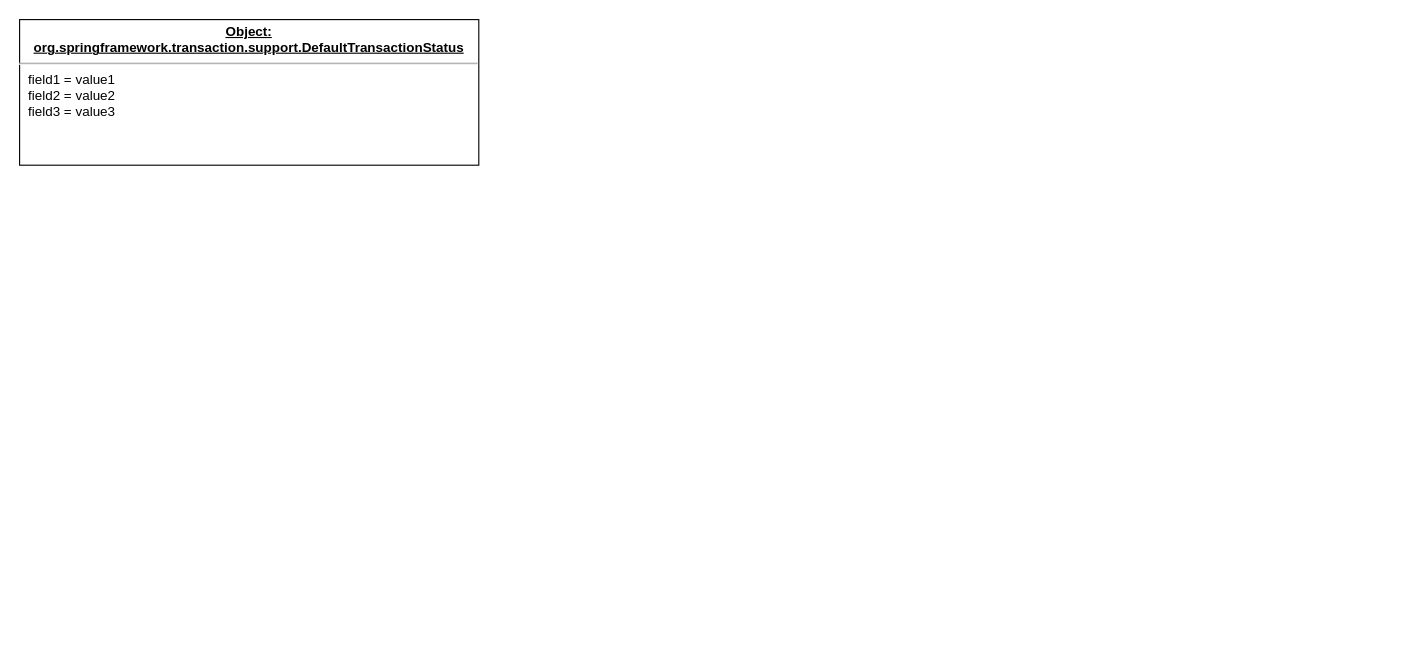
Before: Untitled Diagram.drawio in superzycgod/diagrams, a draw.io diagram. Source tidied: cells renumbered, new cells numbered last; positions are measured from the earlier drawing's top-left corner, leaving out a move shared by most shapes. Both pictures are drawn from the tidied source at 112%, with x=0, y=0 at pixel (19, 19).
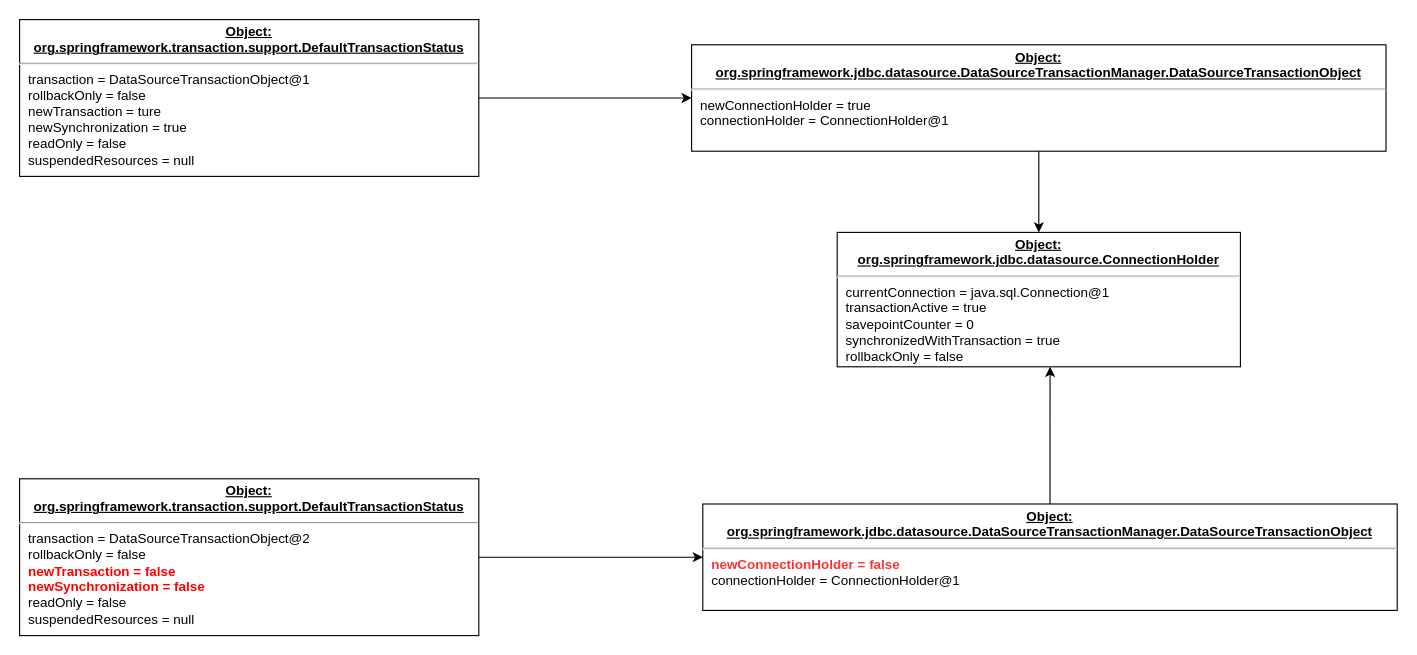
The same page after the edit.

Change to the diagram source:
```diff
@@
 <mxGraphModel>
   <root>
     <mxCell id="0" />
     <mxCell id="1" parent="0" />
+    <mxCell id="3" style="edgeStyle=orthogonalEdgeStyle;rounded=0;jettySize=auto;html=1;entryX=0;entryY=0.5;entryDx=0;entryDy=0;" parent="1" edge="1" source="2" target="5">
+      <mxGeometry relative="1" as="geometry" />
+    </mxCell>
-    <mxCell id="2" value="&lt;p style=&quot;margin: 0px ; margin-top: 4px ; text-align: center ; text-decoration: underline&quot;&gt;&lt;b&gt;Object:&lt;/b&gt;&lt;/p&gt;&lt;div style=&quot;text-align: center&quot;&gt;&lt;span&gt;&lt;b&gt;&lt;u&gt;org.springframework.transaction.support.DefaultTransactionStatus&lt;/u&gt;&lt;/b&gt;&lt;/span&gt;&lt;/div&gt;&lt;hr&gt;&lt;p style=&quot;margin: 0px ; margin-left: 8px&quot;&gt;field1 = value1&lt;br&gt;field2 = value2&lt;br&gt;field3 = value3&lt;/p&gt;" style="verticalAlign=top;align=left;overflow=fill;fontSize=12;fontFamily=Helvetica;html=1;" parent="1" vertex="1">
-      <mxGeometry width="410" height="130" as="geometry" />
+    <mxCell id="2" value="&lt;p style=&quot;margin: 0px ; margin-top: 4px ; text-align: center ; text-decoration: underline&quot;&gt;&lt;b&gt;Object:&lt;/b&gt;&lt;/p&gt;&lt;div style=&quot;text-align: center&quot;&gt;&lt;span&gt;&lt;b&gt;&lt;u&gt;org.springframework.transaction.support.DefaultTransactionStatus&lt;/u&gt;&lt;/b&gt;&lt;/span&gt;&lt;/div&gt;&lt;hr&gt;&lt;p style=&quot;margin: 0px ; margin-left: 8px&quot;&gt;transaction&amp;nbsp;= DataSourceTransactionObject@1&lt;br&gt;rollbackOnly = false&lt;br&gt;newTransaction = ture&lt;/p&gt;&lt;p style=&quot;margin: 0px ; margin-left: 8px&quot;&gt;newSynchronization = true&lt;br&gt;&lt;/p&gt;&lt;p style=&quot;margin: 0px ; margin-left: 8px&quot;&gt;readOnly =&amp;nbsp;false&lt;br&gt;&lt;/p&gt;&lt;p style=&quot;margin: 0px ; margin-left: 8px&quot;&gt;suspendedResources = null&lt;br&gt;&lt;/p&gt;" style="verticalAlign=top;align=left;overflow=fill;fontSize=12;fontFamily=Helvetica;html=1;" parent="1" vertex="1">
+      <mxGeometry width="410" height="140" as="geometry" />
     </mxCell>
+    <mxCell id="4" style="edgeStyle=orthogonalEdgeStyle;rounded=0;jettySize=auto;html=1;" parent="1" edge="1" source="5" target="6">
+      <mxGeometry relative="1" as="geometry" />
+    </mxCell>
+    <mxCell id="5" value="&lt;p style=&quot;margin: 0px ; margin-top: 4px ; text-align: center ; text-decoration: underline&quot;&gt;&lt;b&gt;Object:&lt;/b&gt;&lt;/p&gt;&lt;div style=&quot;text-align: center&quot;&gt;&lt;span&gt;&lt;b&gt;&lt;u&gt;org.springframework.jdbc.datasource.DataSourceTransactionManager.DataSourceTransactionObject&lt;/u&gt;&lt;/b&gt;&lt;/span&gt;&lt;/div&gt;&lt;hr&gt;&lt;p style=&quot;margin: 0px ; margin-left: 8px&quot;&gt;newConnectionHolder&amp;nbsp;= true&lt;br&gt;connectionHolder&amp;nbsp;=&amp;nbsp;ConnectionHolder@1&lt;/p&gt;" style="verticalAlign=top;align=left;overflow=fill;fontSize=12;fontFamily=Helvetica;html=1;" parent="1" vertex="1">
+      <mxGeometry x="600" y="22.5" width="620" height="95" as="geometry" />
+    </mxCell>
+    <mxCell id="6" value="&lt;p style=&quot;margin: 0px ; margin-top: 4px ; text-align: center ; text-decoration: underline&quot;&gt;&lt;b&gt;Object:&lt;/b&gt;&lt;/p&gt;&lt;div style=&quot;text-align: center&quot;&gt;&lt;span&gt;&lt;b&gt;&lt;u&gt;org.springframework.jdbc.datasource.ConnectionHolder&lt;/u&gt;&lt;/b&gt;&lt;/span&gt;&lt;/div&gt;&lt;hr&gt;&lt;p style=&quot;margin: 0px ; margin-left: 8px&quot;&gt;currentConnection = java.sql.Connection@1&lt;br&gt;transactionActive = true&lt;br&gt;savepointCounter = 0&lt;/p&gt;&lt;p style=&quot;margin: 0px ; margin-left: 8px&quot;&gt;synchronizedWithTransaction = true&lt;br&gt;&lt;/p&gt;&lt;p style=&quot;margin: 0px ; margin-left: 8px&quot;&gt;rollbackOnly = false&lt;br&gt;&lt;/p&gt;" style="verticalAlign=top;align=left;overflow=fill;fontSize=12;fontFamily=Helvetica;html=1;" parent="1" vertex="1">
+      <mxGeometry x="730" y="190" width="360" height="120" as="geometry" />
+    </mxCell>
+    <mxCell id="7" style="edgeStyle=orthogonalEdgeStyle;rounded=0;jettySize=auto;html=1;exitX=1;exitY=0.5;exitDx=0;exitDy=0;entryX=0;entryY=0.5;entryDx=0;entryDy=0;" parent="1" edge="1" source="8" target="10">
+      <mxGeometry relative="1" as="geometry" />
+    </mxCell>
+    <mxCell id="8" value="&lt;p style=&quot;margin: 0px ; margin-top: 4px ; text-align: center ; text-decoration: underline&quot;&gt;&lt;b&gt;Object:&lt;/b&gt;&lt;/p&gt;&lt;div style=&quot;text-align: center&quot;&gt;&lt;span&gt;&lt;b&gt;&lt;u&gt;org.springframework.transaction.support.DefaultTransactionStatus&lt;/u&gt;&lt;/b&gt;&lt;/span&gt;&lt;/div&gt;&lt;hr&gt;&lt;p style=&quot;margin: 0px ; margin-left: 8px&quot;&gt;transaction&amp;nbsp;= DataSourceTransactionObject@2&lt;br&gt;rollbackOnly = false&lt;br&gt;&lt;b&gt;&lt;font color=&quot;#ff0000&quot;&gt;newTransaction = false&lt;/font&gt;&lt;/b&gt;&lt;/p&gt;&lt;p style=&quot;margin: 0px ; margin-left: 8px&quot;&gt;&lt;b&gt;&lt;font color=&quot;#ff0000&quot;&gt;newSynchronization = false&lt;/font&gt;&lt;/b&gt;&lt;br&gt;&lt;/p&gt;&lt;p style=&quot;margin: 0px ; margin-left: 8px&quot;&gt;readOnly =&amp;nbsp;false&lt;br&gt;&lt;/p&gt;&lt;p style=&quot;margin: 0px ; margin-left: 8px&quot;&gt;suspendedResources = null&lt;br&gt;&lt;/p&gt;" style="verticalAlign=top;align=left;overflow=fill;fontSize=12;fontFamily=Helvetica;html=1;" parent="1" vertex="1">
+      <mxGeometry y="410" width="410" height="140" as="geometry" />
+    </mxCell>
+    <mxCell id="9" style="edgeStyle=orthogonalEdgeStyle;rounded=0;jettySize=auto;html=1;exitX=0.5;exitY=0;exitDx=0;exitDy=0;entryX=0.528;entryY=1;entryDx=0;entryDy=0;entryPerimeter=0;" parent="1" edge="1" source="10" target="6">
+      <mxGeometry relative="1" as="geometry" />
+    </mxCell>
+    <mxCell id="10" value="&lt;p style=&quot;margin: 0px ; margin-top: 4px ; text-align: center ; text-decoration: underline&quot;&gt;&lt;b&gt;Object:&lt;/b&gt;&lt;/p&gt;&lt;div style=&quot;text-align: center&quot;&gt;&lt;span&gt;&lt;b&gt;&lt;u&gt;org.springframework.jdbc.datasource.DataSourceTransactionManager.DataSourceTransactionObject&lt;/u&gt;&lt;/b&gt;&lt;/span&gt;&lt;/div&gt;&lt;hr&gt;&lt;p style=&quot;margin: 0px ; margin-left: 8px&quot;&gt;&lt;font color=&quot;#ff3333&quot;&gt;&lt;b&gt;newConnectionHolder&amp;nbsp;= false&lt;/b&gt;&lt;/font&gt;&lt;br&gt;connectionHolder&amp;nbsp;=&amp;nbsp;ConnectionHolder@1&lt;/p&gt;" style="verticalAlign=top;align=left;overflow=fill;fontSize=12;fontFamily=Helvetica;html=1;" parent="1" vertex="1">
+      <mxGeometry x="610" y="432.5" width="620" height="95" as="geometry" />
+    </mxCell>
   </root>
 </mxGraphModel>
```
